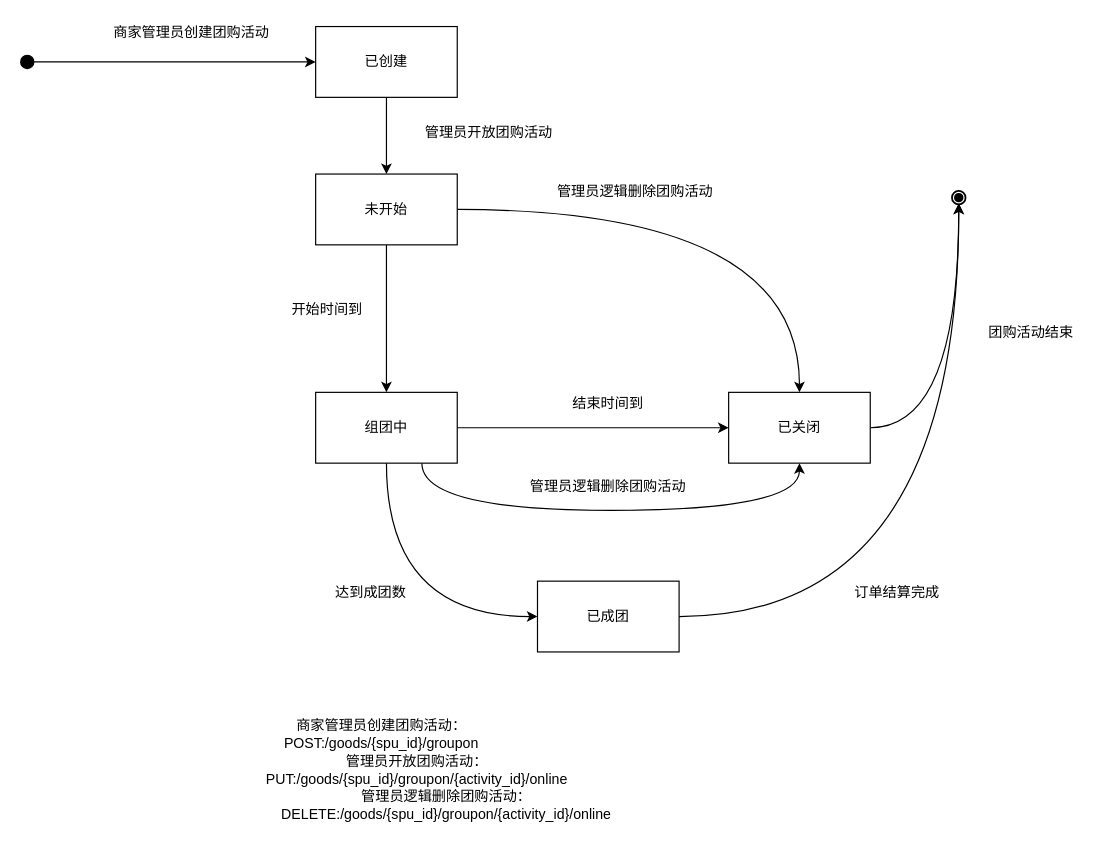
Before: group_on.drawio in app1echip/grams, a draw.io diagram. Source tidied: cells renumbered, new cells numbered last; positions are measured from the earlier drawing's top-left corner, leaving out a move shared by most shapes. Both pictures are drawn from the tidied source at 118%, with x=0, y=0 at pixel (20, 20).
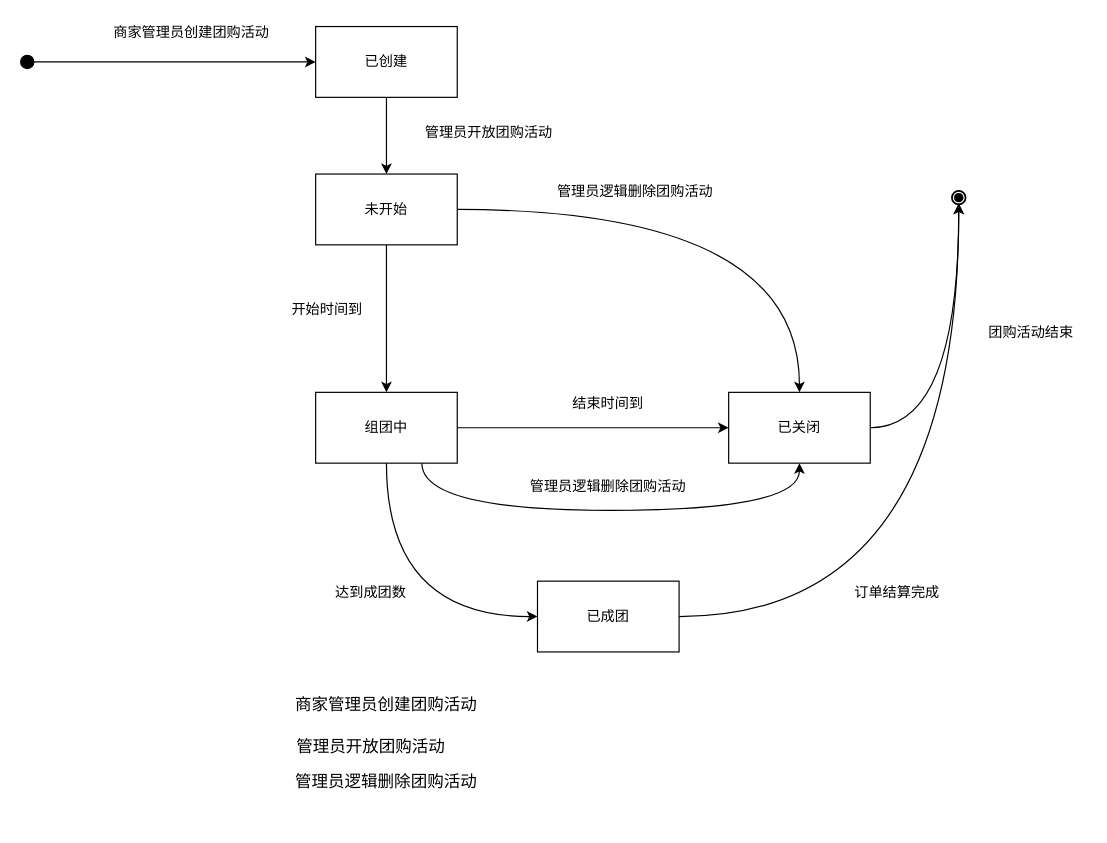
After the change.

What changed in the source:
```diff
@@
-    <mxCell id="23" value="商家管理员创建团购活动：POST:/goods/{spu_id}/groupon" style="text;html=1;strokeColor=none;fillColor=none;align=center;verticalAlign=middle;whiteSpace=wrap;rounded=0;shadow=0;" parent="1" vertex="1">
-      <mxGeometry x="151" y="595" width="310" height="20" as="geometry" />
+    <mxCell id="23" value="&lt;font style=&quot;font-size: 14px&quot;&gt;商家管理员创建团购活动&lt;/font&gt;" style="text;html=1;strokeColor=none;fillColor=none;align=center;verticalAlign=middle;whiteSpace=wrap;rounded=0;shadow=0;" parent="1" vertex="1">
+      <mxGeometry x="155" y="570" width="310" height="20" as="geometry" />
     </mxCell>
-    <mxCell id="24" value="管理员开放团购活动：PUT:/goods/{spu_id}/groupon/{activity_id}/online" style="text;html=1;strokeColor=none;fillColor=none;align=center;verticalAlign=middle;whiteSpace=wrap;rounded=0;" parent="1" vertex="1">
-      <mxGeometry x="151" y="625" width="370" height="20" as="geometry" />
+    <mxCell id="24" value="&lt;font style=&quot;font-size: 14px&quot;&gt;管理员开放团购活动&lt;/font&gt;" style="text;html=1;strokeColor=none;fillColor=none;align=center;verticalAlign=middle;whiteSpace=wrap;rounded=0;" parent="1" vertex="1">
+      <mxGeometry x="112" y="605" width="370" height="20" as="geometry" />
     </mxCell>
-    <mxCell id="25" value="管理员逻辑删除团购活动：DELETE:/goods/{spu_id}/groupon/{activity_id}/online" style="text;html=1;strokeColor=none;fillColor=none;align=center;verticalAlign=middle;whiteSpace=wrap;rounded=0;shadow=0;" parent="1" vertex="1">
-      <mxGeometry x="151" y="655" width="420" height="20" as="geometry" />
+    <mxCell id="25" value="&lt;font style=&quot;font-size: 14px&quot;&gt;管理员逻辑删除团购活动&lt;/font&gt;" style="text;html=1;strokeColor=none;fillColor=none;align=center;verticalAlign=middle;whiteSpace=wrap;rounded=0;shadow=0;" parent="1" vertex="1">
+      <mxGeometry x="100" y="635" width="420" height="20" as="geometry" />
     </mxCell>
```
